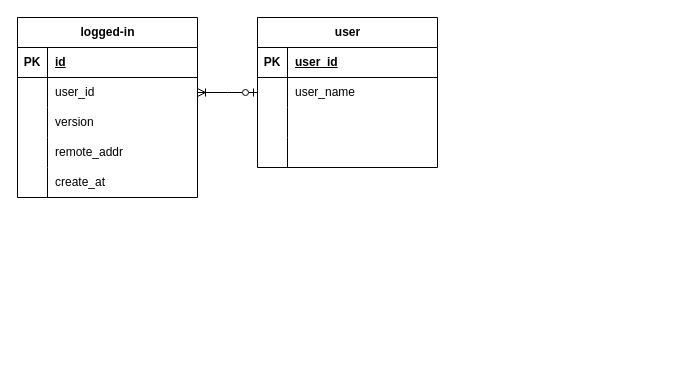
This is userErd.drawio from choiminwoo2/data-storage, a draw.io file, before an edit. Source tidied: cells renumbered, new cells numbered last; positions are measured from the earlier drawing's top-left corner, leaving out a move shared by most shapes. Both pictures are drawn from the tidied source at 100%, with x=0, y=0 at pixel (17, 17).
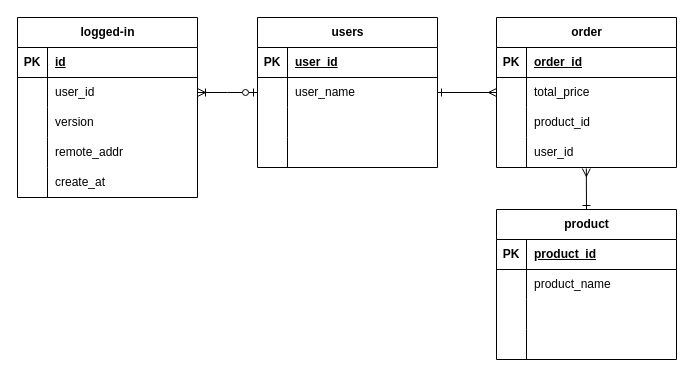
The same diagram, later.

Unchanged cells that the change refers to:
```xml
<mxCell id="6" style="shape=tableRow;horizontal=0;startSize=0;swimlaneHead=0;swimlaneBody=0;fillColor=none;points=[[0,0.5],[1,0.5]];portConstraint=eastwest;top=0;left=0;right=0;bottom=0;" parent="2" vertex="1">
  <mxGeometry y="60" width="180" height="30" as="geometry" />
</mxCell>
```

The edit, as a diff of the source:
```diff
@@
-    <mxCell id="2" value="user" style="shape=table;startSize=30;childLayout=tableLayout;rowLines=0;fontStyle=1;align=center;html=1;" parent="1" vertex="1">
+    <mxCell id="2" value="users" style="shape=table;startSize=30;childLayout=tableLayout;rowLines=0;fontStyle=1;align=center;html=1;" parent="1" vertex="1">
       <mxGeometry x="240" width="180" height="150" as="geometry" />
     </mxCell>
@@
+    <mxCell id="32" value="order" style="shape=table;startSize=30;childLayout=tableLayout;rowLines=0;fontStyle=1;align=center;html=1;" parent="1" vertex="1">
+      <mxGeometry x="479" width="180" height="150" as="geometry" />
+    </mxCell>
+    <mxCell id="33" style="shape=tableRow;horizontal=0;startSize=0;swimlaneHead=0;swimlaneBody=0;fillColor=none;top=0;left=0;right=0;bottom=1;" parent="32" vertex="1">
+      <mxGeometry y="30" width="180" height="30" as="geometry" />
+    </mxCell>
+    <mxCell id="34" value="PK" style="shape=partialRectangle;fillColor=none;top=0;left=0;bottom=0;right=0;fontStyle=1;overflow=hidden;whiteSpace=wrap;html=1;" parent="33" vertex="1">
+      <mxGeometry width="30" height="30" as="geometry" />
+    </mxCell>
+    <mxCell id="35" value="order_id" style="shape=partialRectangle;fillColor=none;top=0;left=0;bottom=0;right=0;align=left;spacingLeft=6;fontStyle=5;overflow=hidden;whiteSpace=wrap;html=1;" parent="33" vertex="1">
+      <mxGeometry x="30" width="150" height="30" as="geometry" />
+    </mxCell>
+    <mxCell id="36" style="shape=tableRow;horizontal=0;startSize=0;swimlaneHead=0;swimlaneBody=0;fillColor=none;points=[[0,0.5],[1,0.5]];portConstraint=eastwest;top=0;left=0;right=0;bottom=0;" parent="32" vertex="1">
+      <mxGeometry y="60" width="180" height="30" as="geometry" />
+    </mxCell>
+    <mxCell id="37" style="shape=partialRectangle;fillColor=none;top=0;left=0;bottom=0;right=0;overflow=hidden;whiteSpace=wrap;html=1;" parent="36" vertex="1">
+      <mxGeometry width="30" height="30" as="geometry" />
+    </mxCell>
+    <mxCell id="38" value="total_price" style="shape=partialRectangle;fillColor=none;top=0;left=0;bottom=0;right=0;align=left;spacingLeft=6;overflow=hidden;whiteSpace=wrap;html=1;" parent="36" vertex="1">
+      <mxGeometry x="30" width="150" height="30" as="geometry" />
+    </mxCell>
+    <mxCell id="39" style="shape=tableRow;horizontal=0;startSize=0;swimlaneHead=0;swimlaneBody=0;fillColor=none;top=0;left=0;right=0;bottom=0;" parent="32" vertex="1">
+      <mxGeometry y="90" width="180" height="30" as="geometry" />
+    </mxCell>
+    <mxCell id="40" style="shape=partialRectangle;fillColor=none;top=0;left=0;bottom=0;right=0;overflow=hidden;whiteSpace=wrap;html=1;" parent="39" vertex="1">
+      <mxGeometry width="30" height="30" as="geometry" />
+    </mxCell>
+    <mxCell id="41" value="product_id" style="shape=partialRectangle;fillColor=none;top=0;left=0;bottom=0;right=0;align=left;spacingLeft=6;overflow=hidden;whiteSpace=wrap;html=1;" parent="39" vertex="1">
+      <mxGeometry x="30" width="150" height="30" as="geometry" />
+    </mxCell>
+    <mxCell id="42" style="shape=tableRow;horizontal=0;startSize=0;swimlaneHead=0;swimlaneBody=0;fillColor=none;points=[[0,0.5],[1,0.5]];portConstraint=eastwest;top=0;left=0;right=0;bottom=0;" parent="32" vertex="1">
+      <mxGeometry y="120" width="180" height="30" as="geometry" />
+    </mxCell>
+    <mxCell id="43" style="shape=partialRectangle;fillColor=none;top=0;left=0;bottom=0;right=0;overflow=hidden;whiteSpace=wrap;html=1;" parent="42" vertex="1">
+      <mxGeometry width="30" height="30" as="geometry" />
+    </mxCell>
+    <mxCell id="44" value="user_id" style="shape=partialRectangle;fillColor=none;top=0;left=0;bottom=0;right=0;align=left;spacingLeft=6;overflow=hidden;whiteSpace=wrap;html=1;" parent="42" vertex="1">
+      <mxGeometry x="30" width="150" height="30" as="geometry" />
+    </mxCell>
+    <mxCell id="45" style="edgeStyle=entityRelationEdgeStyle;fontSize=12;html=1;endArrow=ERmany;startArrow=ERone;rounded=0;exitX=1;exitY=0.5;exitDx=0;exitDy=0;entryX=0;entryY=0.5;entryDx=0;entryDy=0;startFill=0;" parent="1" edge="1" source="6" target="36">
+      <mxGeometry relative="1" as="geometry" />
+    </mxCell>
+    <mxCell id="46" value="product" style="shape=table;startSize=30;childLayout=tableLayout;rowLines=0;fontStyle=1;align=center;html=1;" parent="1" vertex="1">
+      <mxGeometry x="479" y="192" width="180" height="150" as="geometry" />
+    </mxCell>
+    <mxCell id="47" style="shape=tableRow;horizontal=0;startSize=0;swimlaneHead=0;swimlaneBody=0;fillColor=none;top=0;left=0;right=0;bottom=1;" parent="46" vertex="1">
+      <mxGeometry y="30" width="180" height="30" as="geometry" />
+    </mxCell>
+    <mxCell id="48" value="PK" style="shape=partialRectangle;fillColor=none;top=0;left=0;bottom=0;right=0;fontStyle=1;overflow=hidden;whiteSpace=wrap;html=1;" parent="47" vertex="1">
+      <mxGeometry width="30" height="30" as="geometry" />
+    </mxCell>
+    <mxCell id="49" value="product_id" style="shape=partialRectangle;fillColor=none;top=0;left=0;bottom=0;right=0;align=left;spacingLeft=6;fontStyle=5;overflow=hidden;whiteSpace=wrap;html=1;" parent="47" vertex="1">
+      <mxGeometry x="30" width="150" height="30" as="geometry" />
+    </mxCell>
+    <mxCell id="50" style="shape=tableRow;horizontal=0;startSize=0;swimlaneHead=0;swimlaneBody=0;fillColor=none;top=0;left=0;right=0;bottom=0;" parent="46" vertex="1">
+      <mxGeometry y="60" width="180" height="30" as="geometry" />
+    </mxCell>
+    <mxCell id="51" style="shape=partialRectangle;fillColor=none;top=0;left=0;bottom=0;right=0;overflow=hidden;whiteSpace=wrap;html=1;" parent="50" vertex="1">
+      <mxGeometry width="30" height="30" as="geometry" />
+    </mxCell>
+    <mxCell id="52" value="product_name" style="shape=partialRectangle;fillColor=none;top=0;left=0;bottom=0;right=0;align=left;spacingLeft=6;overflow=hidden;whiteSpace=wrap;html=1;" parent="50" vertex="1">
+      <mxGeometry x="30" width="150" height="30" as="geometry" />
+    </mxCell>
+    <mxCell id="53" style="shape=tableRow;horizontal=0;startSize=0;swimlaneHead=0;swimlaneBody=0;fillColor=none;top=0;left=0;right=0;bottom=0;" parent="46" vertex="1">
+      <mxGeometry y="90" width="180" height="30" as="geometry" />
+    </mxCell>
+    <mxCell id="54" style="shape=partialRectangle;fillColor=none;top=0;left=0;bottom=0;right=0;overflow=hidden;whiteSpace=wrap;html=1;" parent="53" vertex="1">
+      <mxGeometry width="30" height="30" as="geometry" />
+    </mxCell>
+    <mxCell id="55" style="shape=partialRectangle;fillColor=none;top=0;left=0;bottom=0;right=0;align=left;spacingLeft=6;overflow=hidden;whiteSpace=wrap;html=1;" parent="53" vertex="1">
+      <mxGeometry x="30" width="150" height="30" as="geometry" />
+    </mxCell>
+    <mxCell id="56" style="shape=tableRow;horizontal=0;startSize=0;swimlaneHead=0;swimlaneBody=0;fillColor=none;top=0;left=0;right=0;bottom=0;" parent="46" vertex="1">
+      <mxGeometry y="120" width="180" height="30" as="geometry" />
+    </mxCell>
+    <mxCell id="57" style="shape=partialRectangle;fillColor=none;top=0;left=0;bottom=0;right=0;overflow=hidden;whiteSpace=wrap;html=1;" parent="56" vertex="1">
+      <mxGeometry width="30" height="30" as="geometry" />
+    </mxCell>
+    <mxCell id="58" style="shape=partialRectangle;fillColor=none;top=0;left=0;bottom=0;right=0;align=left;spacingLeft=6;overflow=hidden;whiteSpace=wrap;html=1;" parent="56" vertex="1">
+      <mxGeometry x="30" width="150" height="30" as="geometry" />
+    </mxCell>
+    <mxCell id="59" style="endArrow=ERmany;html=1;rounded=0;exitX=0.5;exitY=0;exitDx=0;exitDy=0;entryX=0.499;entryY=1.033;entryDx=0;entryDy=0;entryPerimeter=0;endFill=0;startArrow=ERone;startFill=0;" parent="1" edge="1" source="46" target="42">
+      <mxGeometry relative="1" as="geometry" />
+    </mxCell>
```
